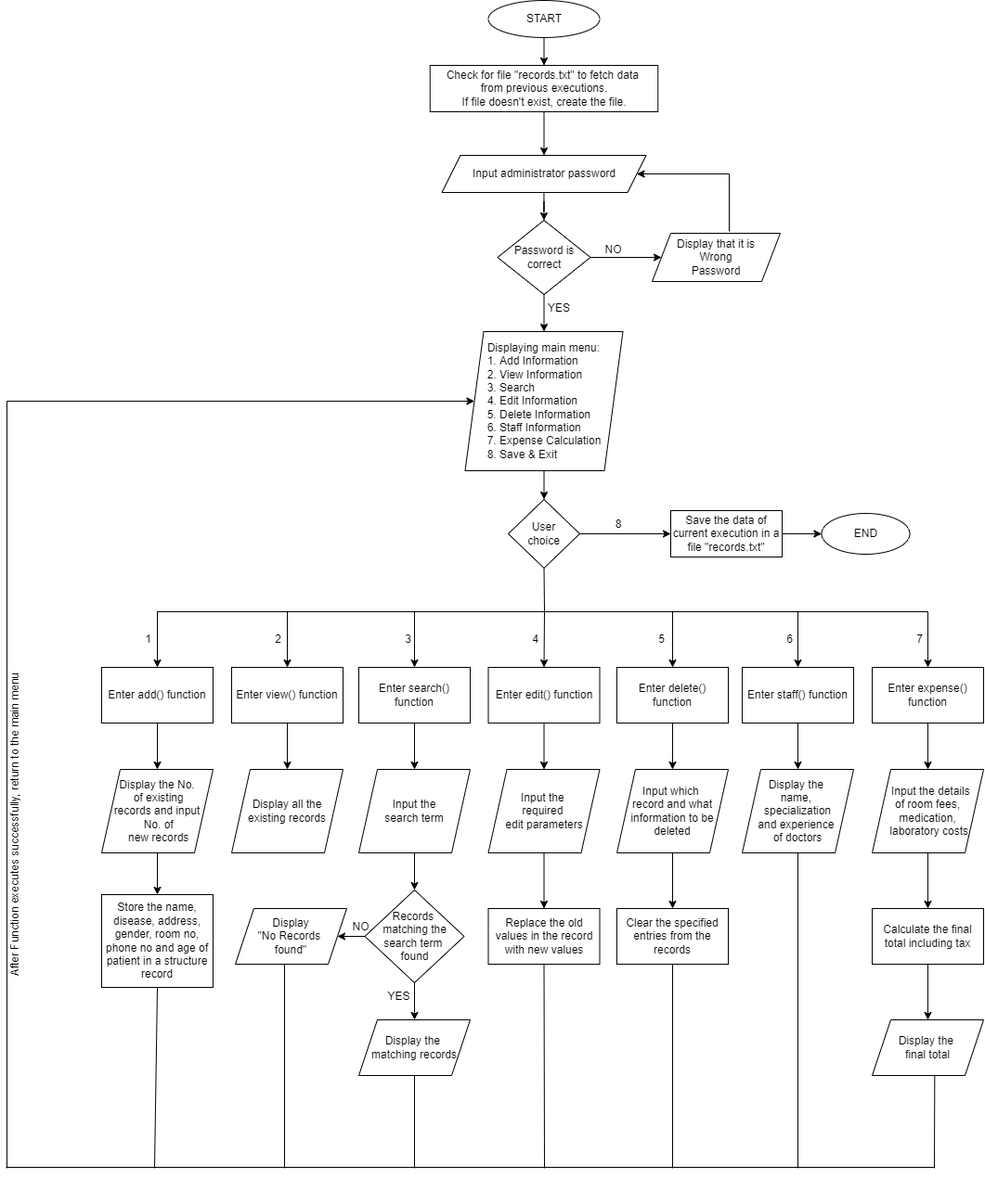
This is Flowchart.png from adivishnu-a/Hospital-Management-System, a draw.io export, as it was before one commit. Source tidied: cells renumbered, new cells last; positions are measured from the earlier drawing's top-left corner, leaving out a move shared by most shapes.
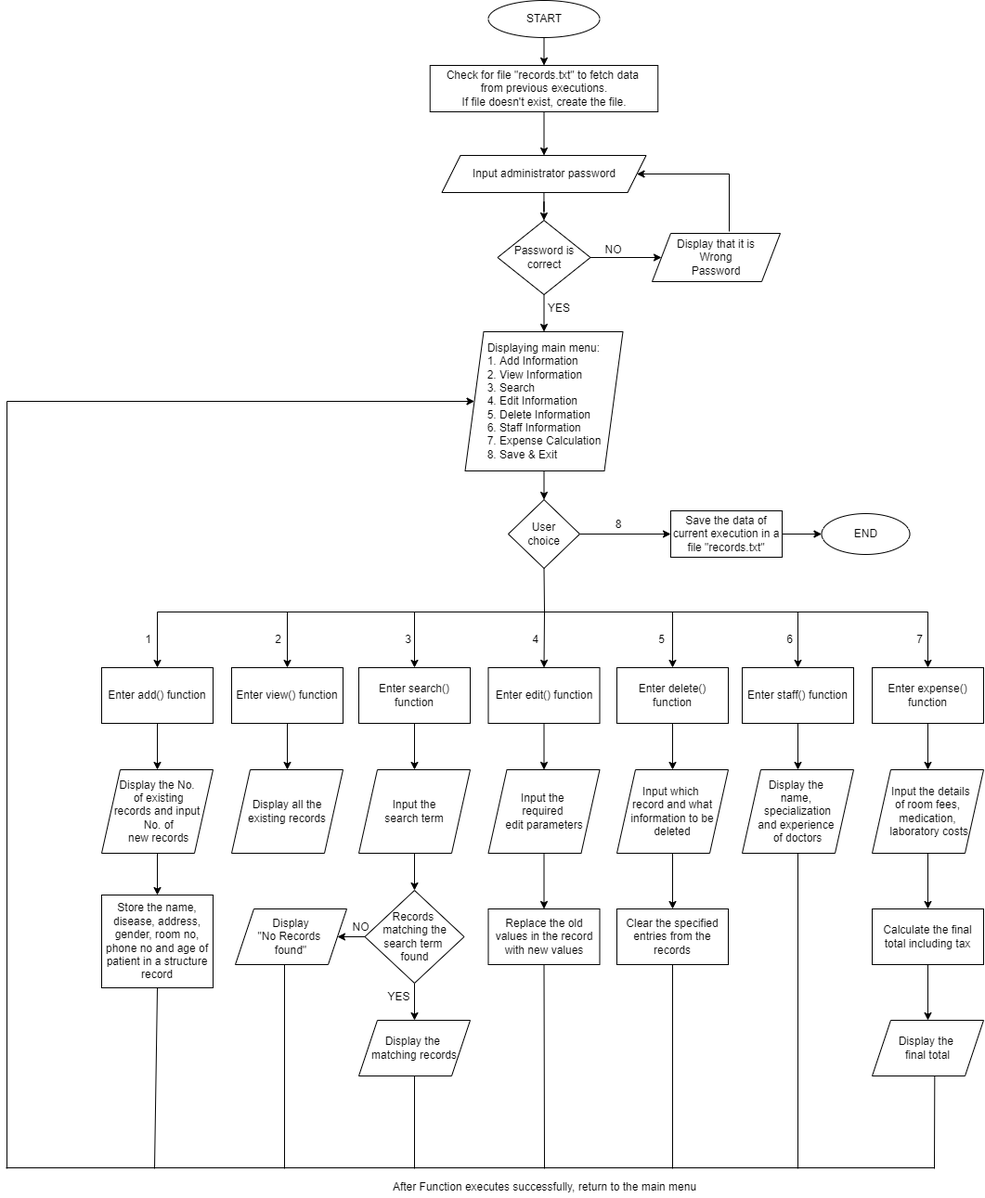
The same diagram one commit later.

Diff of the diagram source:
```diff
@@ -307,8 +307,8 @@
         </Array>
       </mxGeometry>
     </mxCell>
-    <mxCell id="87" value="After Function executes successfully, return to the main menu" style="text;html=1;align=center;verticalAlign=middle;strokeColor=none;fillColor=none;fontColor=#000000;rotation=-90;" parent="1" vertex="1">
-      <mxGeometry y="879" width="340" height="20" as="geometry" />
+    <mxCell id="87" value="After Function executes successfully, return to the main menu" style="text;html=1;align=center;verticalAlign=middle;strokeColor=none;fillColor=none;fontColor=#000000;rotation=0;" parent="1" vertex="1">
+      <mxGeometry x="569.5" y="1269" width="340" height="20" as="geometry" />
     </mxCell>
   </root>
 </mxGraphModel>
```
